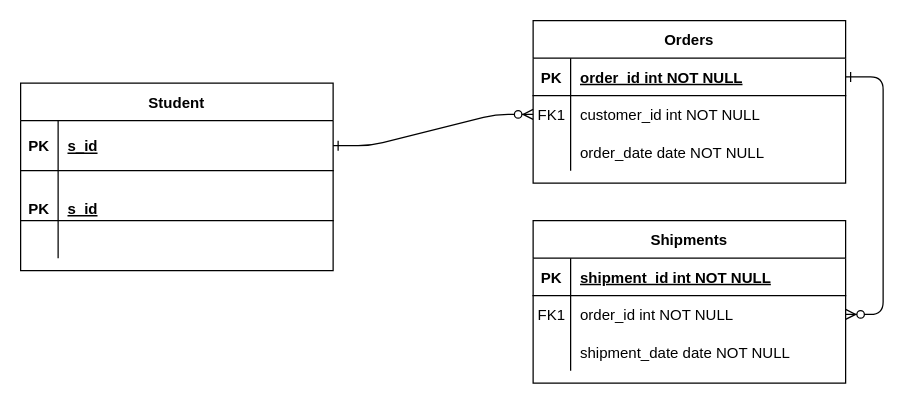
Ranjitk0001/RelationMappingSpringBoot keeps this draw.io diagram as oneToOne/Untitled Diagram.drawio. Above is the earlier version. Source tidied: cells renumbered, new cells numbered last; positions are measured from the earlier drawing's top-left corner, leaving out a move shared by most shapes. Both pictures are drawn from the tidied source at 125%, with x=0, y=0 at pixel (20, 20).
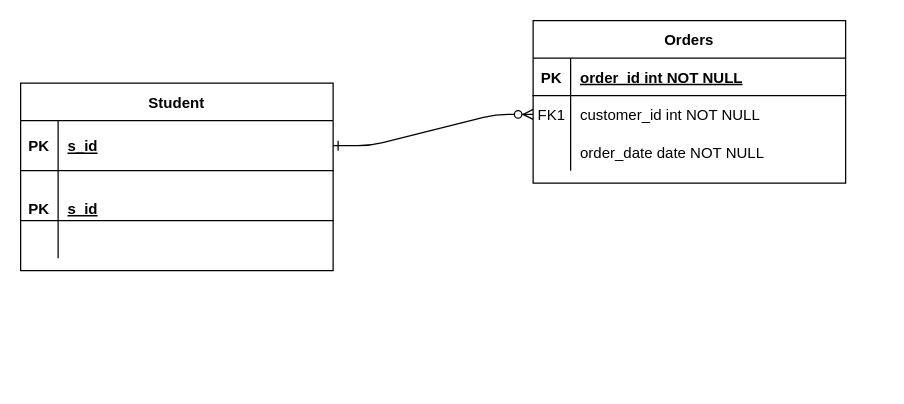
Above is the later version.

Unchanged cells that the change refers to:
```xml
<mxCell id="5" style="shape=partialRectangle;fillColor=none;points=[[0,0.5],[1,0.5]];portConstraint=eastwest;top=0;left=0;right=0;bottom=1;" parent="4" vertex="1">
  <mxGeometry y="30" width="250" height="30" as="geometry" />
</mxCell>
```

Change to the diagram source:
```diff
@@
-    <mxCell id="3" style="edgeStyle=entityRelationEdgeStyle;endArrow=ERzeroToMany;startArrow=ERone;endFill=1;startFill=0;" parent="1" edge="1" source="5" target="18">
-      <mxGeometry relative="1" as="geometry" />
-    </mxCell>
@@
-    <mxCell id="14" value="Shipments" style="shape=table;startSize=30;childLayout=tableLayout;rowLines=0;fontStyle=1;align=center;" parent="1" vertex="1">
-      <mxGeometry x="410" y="160" width="250" height="130" as="geometry" />
-    </mxCell>
-    <mxCell id="15" style="shape=partialRectangle;fillColor=none;top=0;left=0;right=0;bottom=1;" parent="14" vertex="1">
-      <mxGeometry y="30" width="250" height="30" as="geometry" />
-    </mxCell>
-    <mxCell id="16" value="PK" style="shape=partialRectangle;overflow=hidden;fillColor=none;top=0;left=0;bottom=0;right=0;fontStyle=1;" parent="15" vertex="1">
-      <mxGeometry width="30" height="30" as="geometry" />
-    </mxCell>
-    <mxCell id="17" value="shipment_id int NOT NULL " style="shape=partialRectangle;overflow=hidden;fillColor=none;top=0;left=0;bottom=0;right=0;align=left;spacingLeft=6;fontStyle=5;" parent="15" vertex="1">
-      <mxGeometry x="30" width="220" height="30" as="geometry" />
-    </mxCell>
-    <mxCell id="18" style="shape=partialRectangle;fillColor=none;points=[[0,0.5],[1,0.5]];portConstraint=eastwest;top=0;left=0;right=0;bottom=0;" parent="14" vertex="1">
-      <mxGeometry y="60" width="250" height="30" as="geometry" />
-    </mxCell>
-    <mxCell id="19" value="FK1" style="shape=partialRectangle;overflow=hidden;fillColor=none;top=0;left=0;bottom=0;right=0;" parent="18" vertex="1">
-      <mxGeometry width="30" height="30" as="geometry" />
-    </mxCell>
-    <mxCell id="20" value="order_id int NOT NULL" style="shape=partialRectangle;overflow=hidden;fillColor=none;top=0;left=0;bottom=0;right=0;align=left;spacingLeft=6;" parent="18" vertex="1">
-      <mxGeometry x="30" width="220" height="30" as="geometry" />
-    </mxCell>
-    <mxCell id="21" style="shape=partialRectangle;fillColor=none;top=0;left=0;right=0;bottom=0;" parent="14" vertex="1">
-      <mxGeometry y="90" width="250" height="30" as="geometry" />
-    </mxCell>
-    <mxCell id="22" style="shape=partialRectangle;overflow=hidden;fillColor=none;top=0;left=0;bottom=0;right=0;" parent="21" vertex="1">
-      <mxGeometry width="30" height="30" as="geometry" />
-    </mxCell>
-    <mxCell id="23" value="shipment_date date NOT NULL" style="shape=partialRectangle;overflow=hidden;fillColor=none;top=0;left=0;bottom=0;right=0;align=left;spacingLeft=6;" parent="21" vertex="1">
-      <mxGeometry x="30" width="220" height="30" as="geometry" />
-    </mxCell>
```
